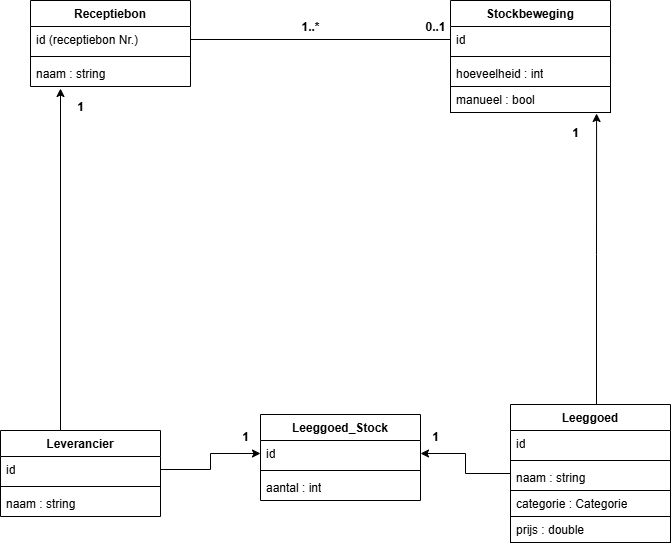
WoutSHOGENT/Bachelorproef keeps this draw.io diagram as bachproef/images/eerd.png. Above is the earlier version. Source tidied: cells renumbered, new cells last; positions are measured from the earlier drawing's top-left corner, leaving out a move shared by most shapes.
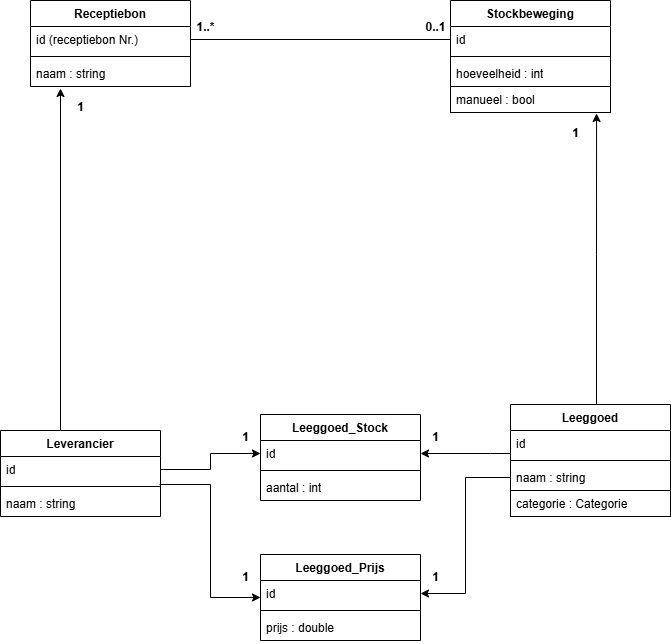
The same file after the commit.

What changed in the source:
```diff
@@ -30,10 +30,15 @@
       <mxGeometry y="86" width="160" height="26" as="geometry" />
     </mxCell>
     <mxCell id="11" style="edgeStyle=orthogonalEdgeStyle;rounded=0;jettySize=auto;html=1;entryX=1;entryY=0.5;entryDx=0;entryDy=0;" parent="1" edge="1" source="12" target="30">
-      <mxGeometry relative="1" as="geometry" />
+      <mxGeometry relative="1" as="geometry">
+        <Array as="points">
+          <mxPoint x="490" y="453" />
+          <mxPoint x="490" y="453" />
+        </Array>
+      </mxGeometry>
     </mxCell>
     <mxCell id="12" value="Leeggoed" style="swimlane;fontStyle=1;align=center;verticalAlign=top;horizontal=1;startSize=26;whiteSpace=wrap;html=1;" parent="1" vertex="1">
-      <mxGeometry x="510" y="404" width="160" height="138" as="geometry" />
+      <mxGeometry x="510" y="404" width="160" height="112" as="geometry" />
     </mxCell>
     <mxCell id="13" value="id" style="text;strokeColor=none;fillColor=none;align=left;verticalAlign=top;spacingLeft=4;spacingRight=4;overflow=hidden;whiteSpace=wrap;html=1;" parent="12" vertex="1">
       <mxGeometry y="26" width="160" height="26" as="geometry" />
@@ -47,9 +52,6 @@
     <mxCell id="16" value="categorie : Categorie" style="text;strokeColor=default;fillColor=none;align=left;verticalAlign=top;spacingLeft=4;spacingRight=4;overflow=hidden;whiteSpace=wrap;html=1;" parent="12" vertex="1">
       <mxGeometry y="86" width="160" height="26" as="geometry" />
     </mxCell>
-    <mxCell id="17" value="prijs : double" style="text;strokeColor=default;fillColor=none;align=left;verticalAlign=top;spacingLeft=4;spacingRight=4;overflow=hidden;whiteSpace=wrap;html=1;" parent="12" vertex="1">
-      <mxGeometry y="112" width="160" height="26" as="geometry" />
-    </mxCell>
     <mxCell id="18" value="Leverancier" style="swimlane;fontStyle=1;align=center;verticalAlign=top;horizontal=1;startSize=26;whiteSpace=wrap;html=1;" parent="1" vertex="1">
       <mxGeometry y="430" width="160" height="86" as="geometry" />
     </mxCell>
@@ -88,7 +90,7 @@
       <mxGeometry relative="1" as="geometry" />
     </mxCell>
     <mxCell id="27" value="1..*" style="text;align=center;fontStyle=1;verticalAlign=middle;spacingLeft=3;spacingRight=3;strokeColor=none;html=1;" parent="1" vertex="1">
-      <mxGeometry x="295" y="14" width="30" height="26" as="geometry" />
+      <mxGeometry x="190" y="14" width="30" height="26" as="geometry" />
     </mxCell>
     <mxCell id="28" value="0..1" style="text;align=center;fontStyle=1;verticalAlign=middle;spacingLeft=3;spacingRight=3;strokeColor=none;html=1;" parent="1" vertex="1">
       <mxGeometry x="420" y="14" width="30" height="26" as="geometry" />
@@ -114,5 +116,34 @@
     <mxCell id="35" value="1" style="text;align=center;fontStyle=1;verticalAlign=middle;spacingLeft=3;spacingRight=3;strokeColor=none;html=1;" parent="1" vertex="1">
       <mxGeometry x="420" y="424" width="30" height="26" as="geometry" />
     </mxCell>
+    <mxCell id="36" value="Leeggoed_Prijs" style="swimlane;fontStyle=1;align=center;verticalAlign=top;horizontal=1;startSize=26;whiteSpace=wrap;html=1;" parent="1" vertex="1">
+      <mxGeometry x="260" y="554" width="160" height="86" as="geometry" />
+    </mxCell>
+    <mxCell id="37" value="id" style="text;strokeColor=none;fillColor=none;align=left;verticalAlign=top;spacingLeft=4;spacingRight=4;overflow=hidden;points=[[0,0.5],[1,0.5]];portConstraint=eastwest;whiteSpace=wrap;html=1;" parent="36" vertex="1">
+      <mxGeometry y="26" width="160" height="26" as="geometry" />
+    </mxCell>
+    <mxCell id="38" style="line;strokeWidth=1;fillColor=none;align=left;verticalAlign=middle;spacingTop=-1;spacingLeft=3;spacingRight=3;labelPosition=right;strokeColor=inherit;" parent="36" vertex="1">
+      <mxGeometry y="52" width="160" height="8" as="geometry" />
+    </mxCell>
+    <mxCell id="17" value="prijs : double" style="text;strokeColor=none;fillColor=none;align=left;verticalAlign=top;spacingLeft=4;spacingRight=4;overflow=hidden;whiteSpace=wrap;html=1;" parent="36" vertex="1">
+      <mxGeometry y="60" width="160" height="26" as="geometry" />
+    </mxCell>
+    <mxCell id="39" style="edgeStyle=orthogonalEdgeStyle;rounded=0;jettySize=auto;html=1;entryX=0;entryY=0.5;entryDx=0;entryDy=0;exitX=0.994;exitY=1.077;exitDx=0;exitDy=0;exitPerimeter=0;" parent="1" edge="1" source="19" target="36">
+      <mxGeometry relative="1" as="geometry">
+        <Array as="points">
+          <mxPoint x="210" y="484" />
+          <mxPoint x="210" y="597" />
+        </Array>
+      </mxGeometry>
+    </mxCell>
+    <mxCell id="40" style="edgeStyle=orthogonalEdgeStyle;rounded=0;jettySize=auto;html=1;entryX=1;entryY=0.5;entryDx=0;entryDy=0;" parent="1" edge="1" source="15" target="37">
+      <mxGeometry relative="1" as="geometry" />
+    </mxCell>
+    <mxCell id="41" value="1" style="text;align=center;fontStyle=1;verticalAlign=middle;spacingLeft=3;spacingRight=3;strokeColor=none;html=1;" parent="1" vertex="1">
+      <mxGeometry x="230" y="564" width="30" height="26" as="geometry" />
+    </mxCell>
+    <mxCell id="42" value="1" style="text;align=center;fontStyle=1;verticalAlign=middle;spacingLeft=3;spacingRight=3;strokeColor=none;html=1;" parent="1" vertex="1">
+      <mxGeometry x="420" y="564" width="30" height="26" as="geometry" />
+    </mxCell>
   </root>
 </mxGraphModel>
```
